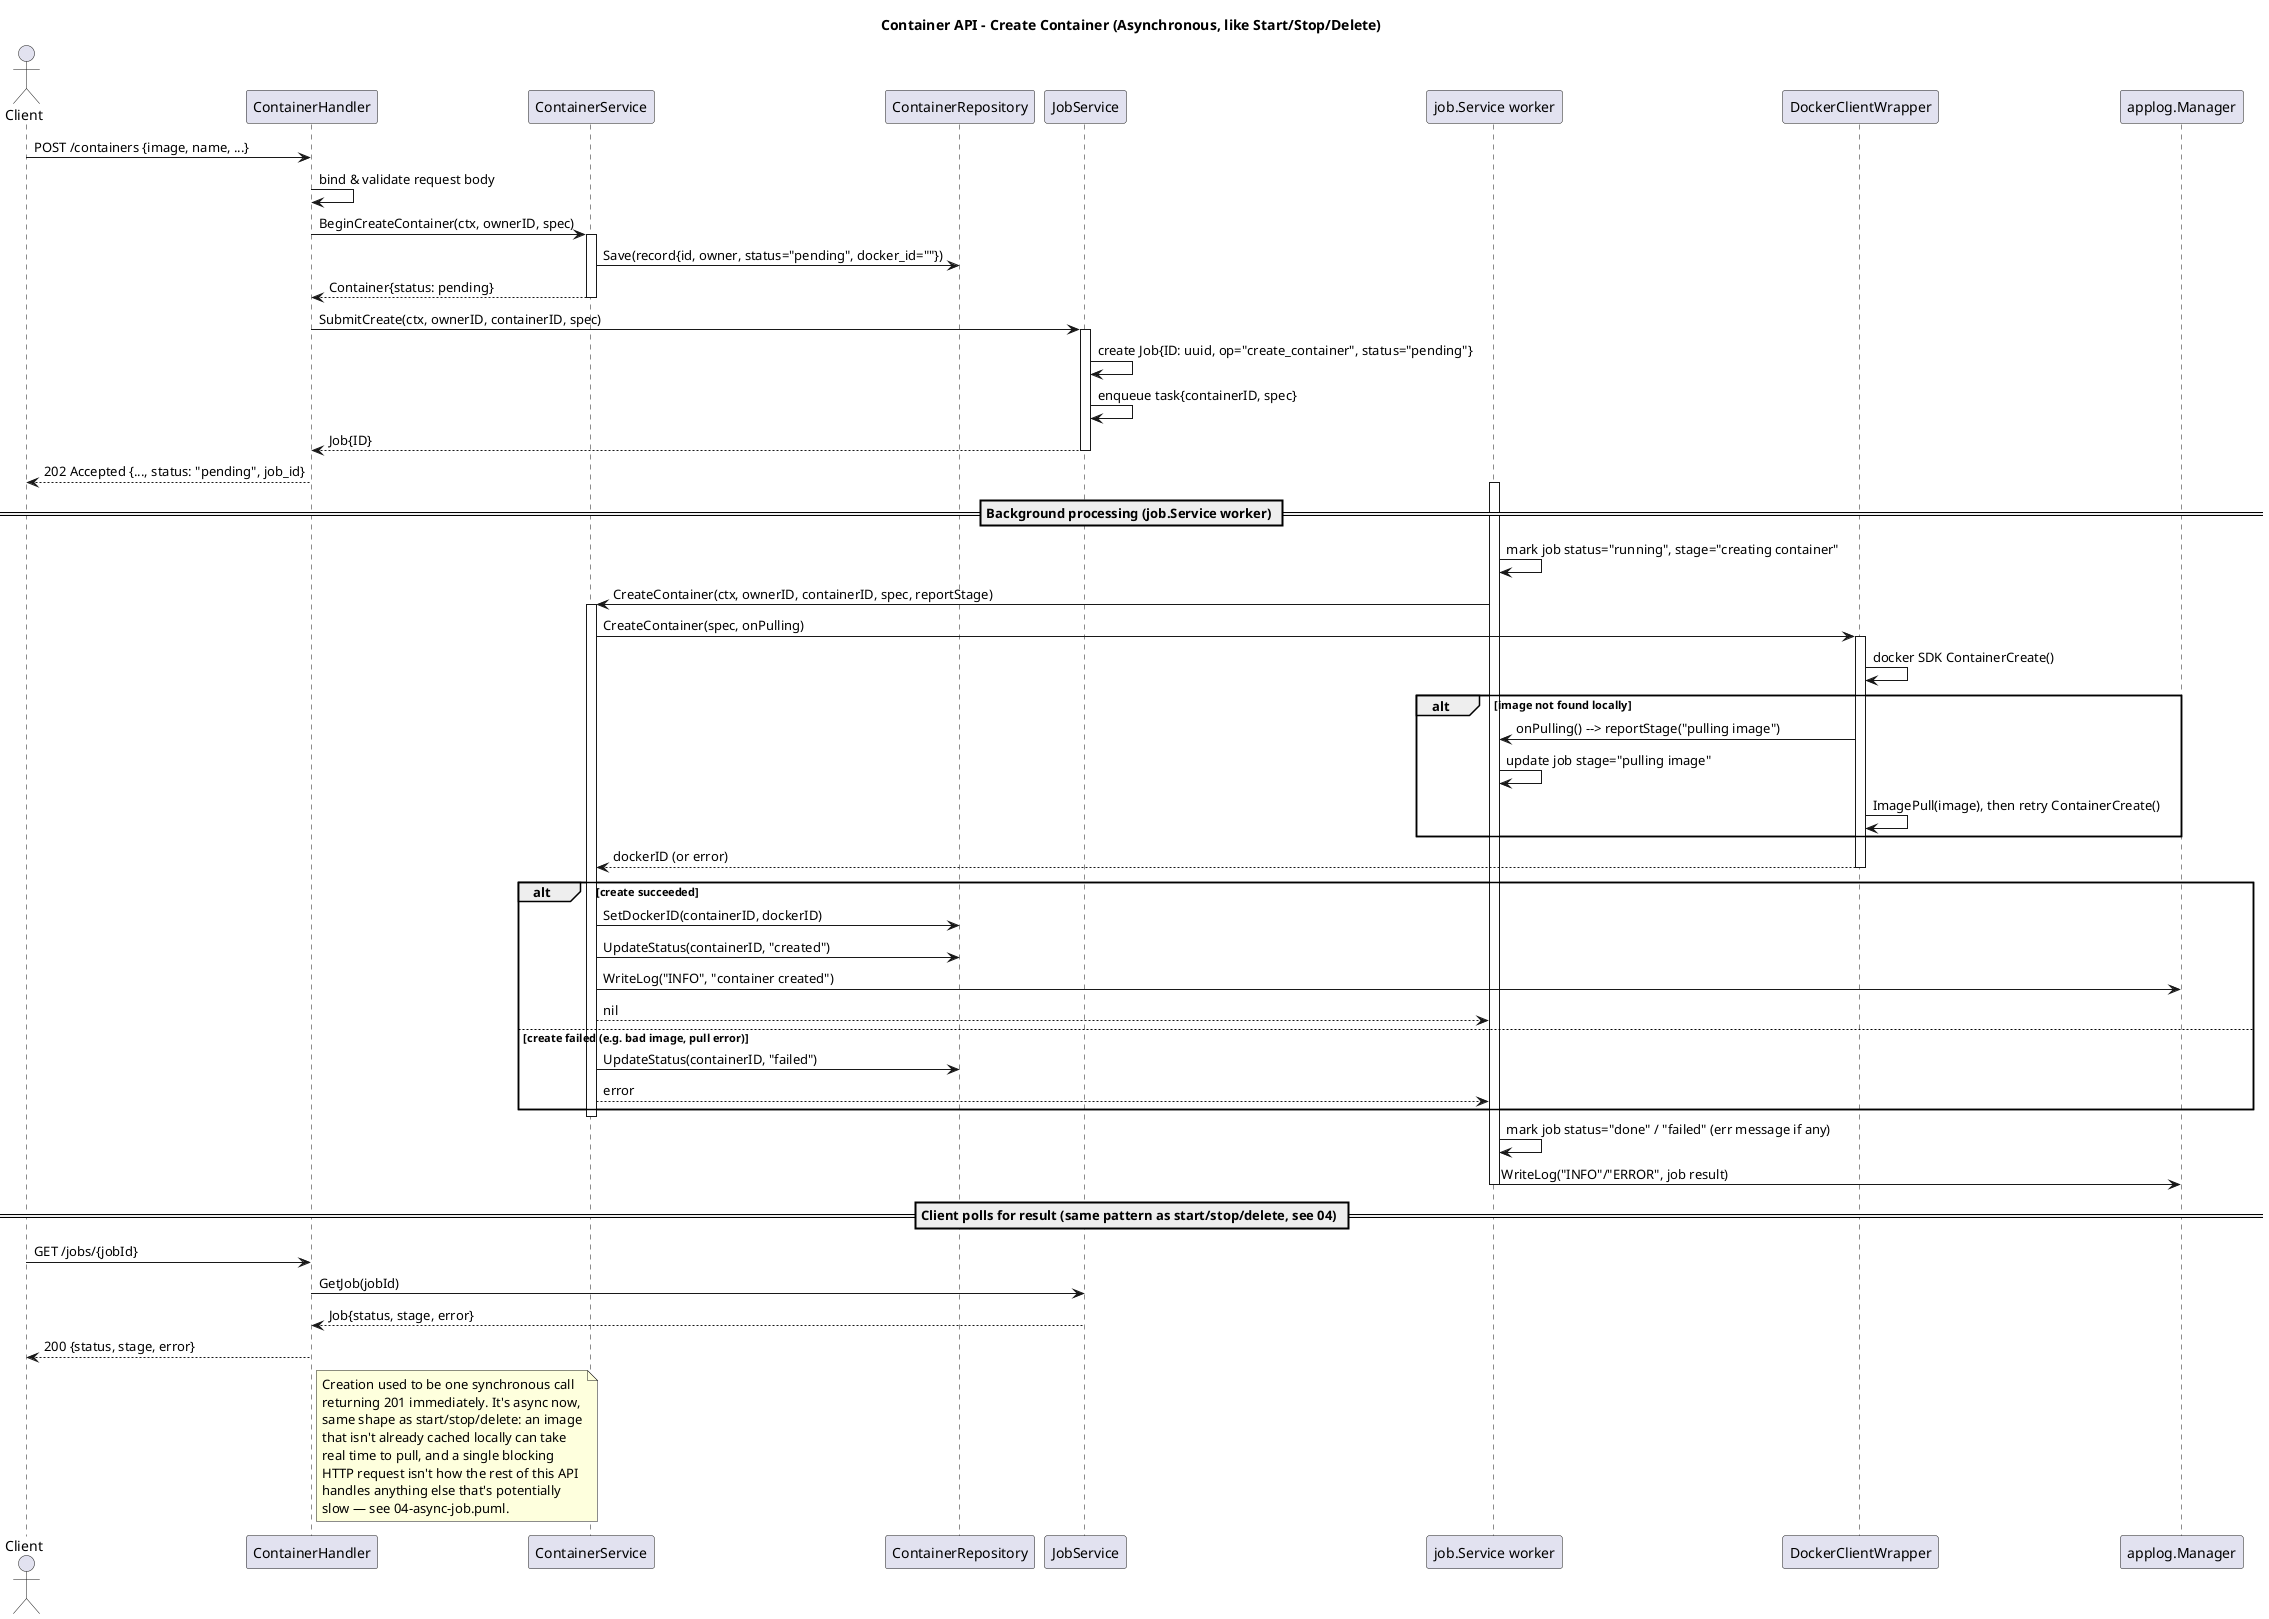
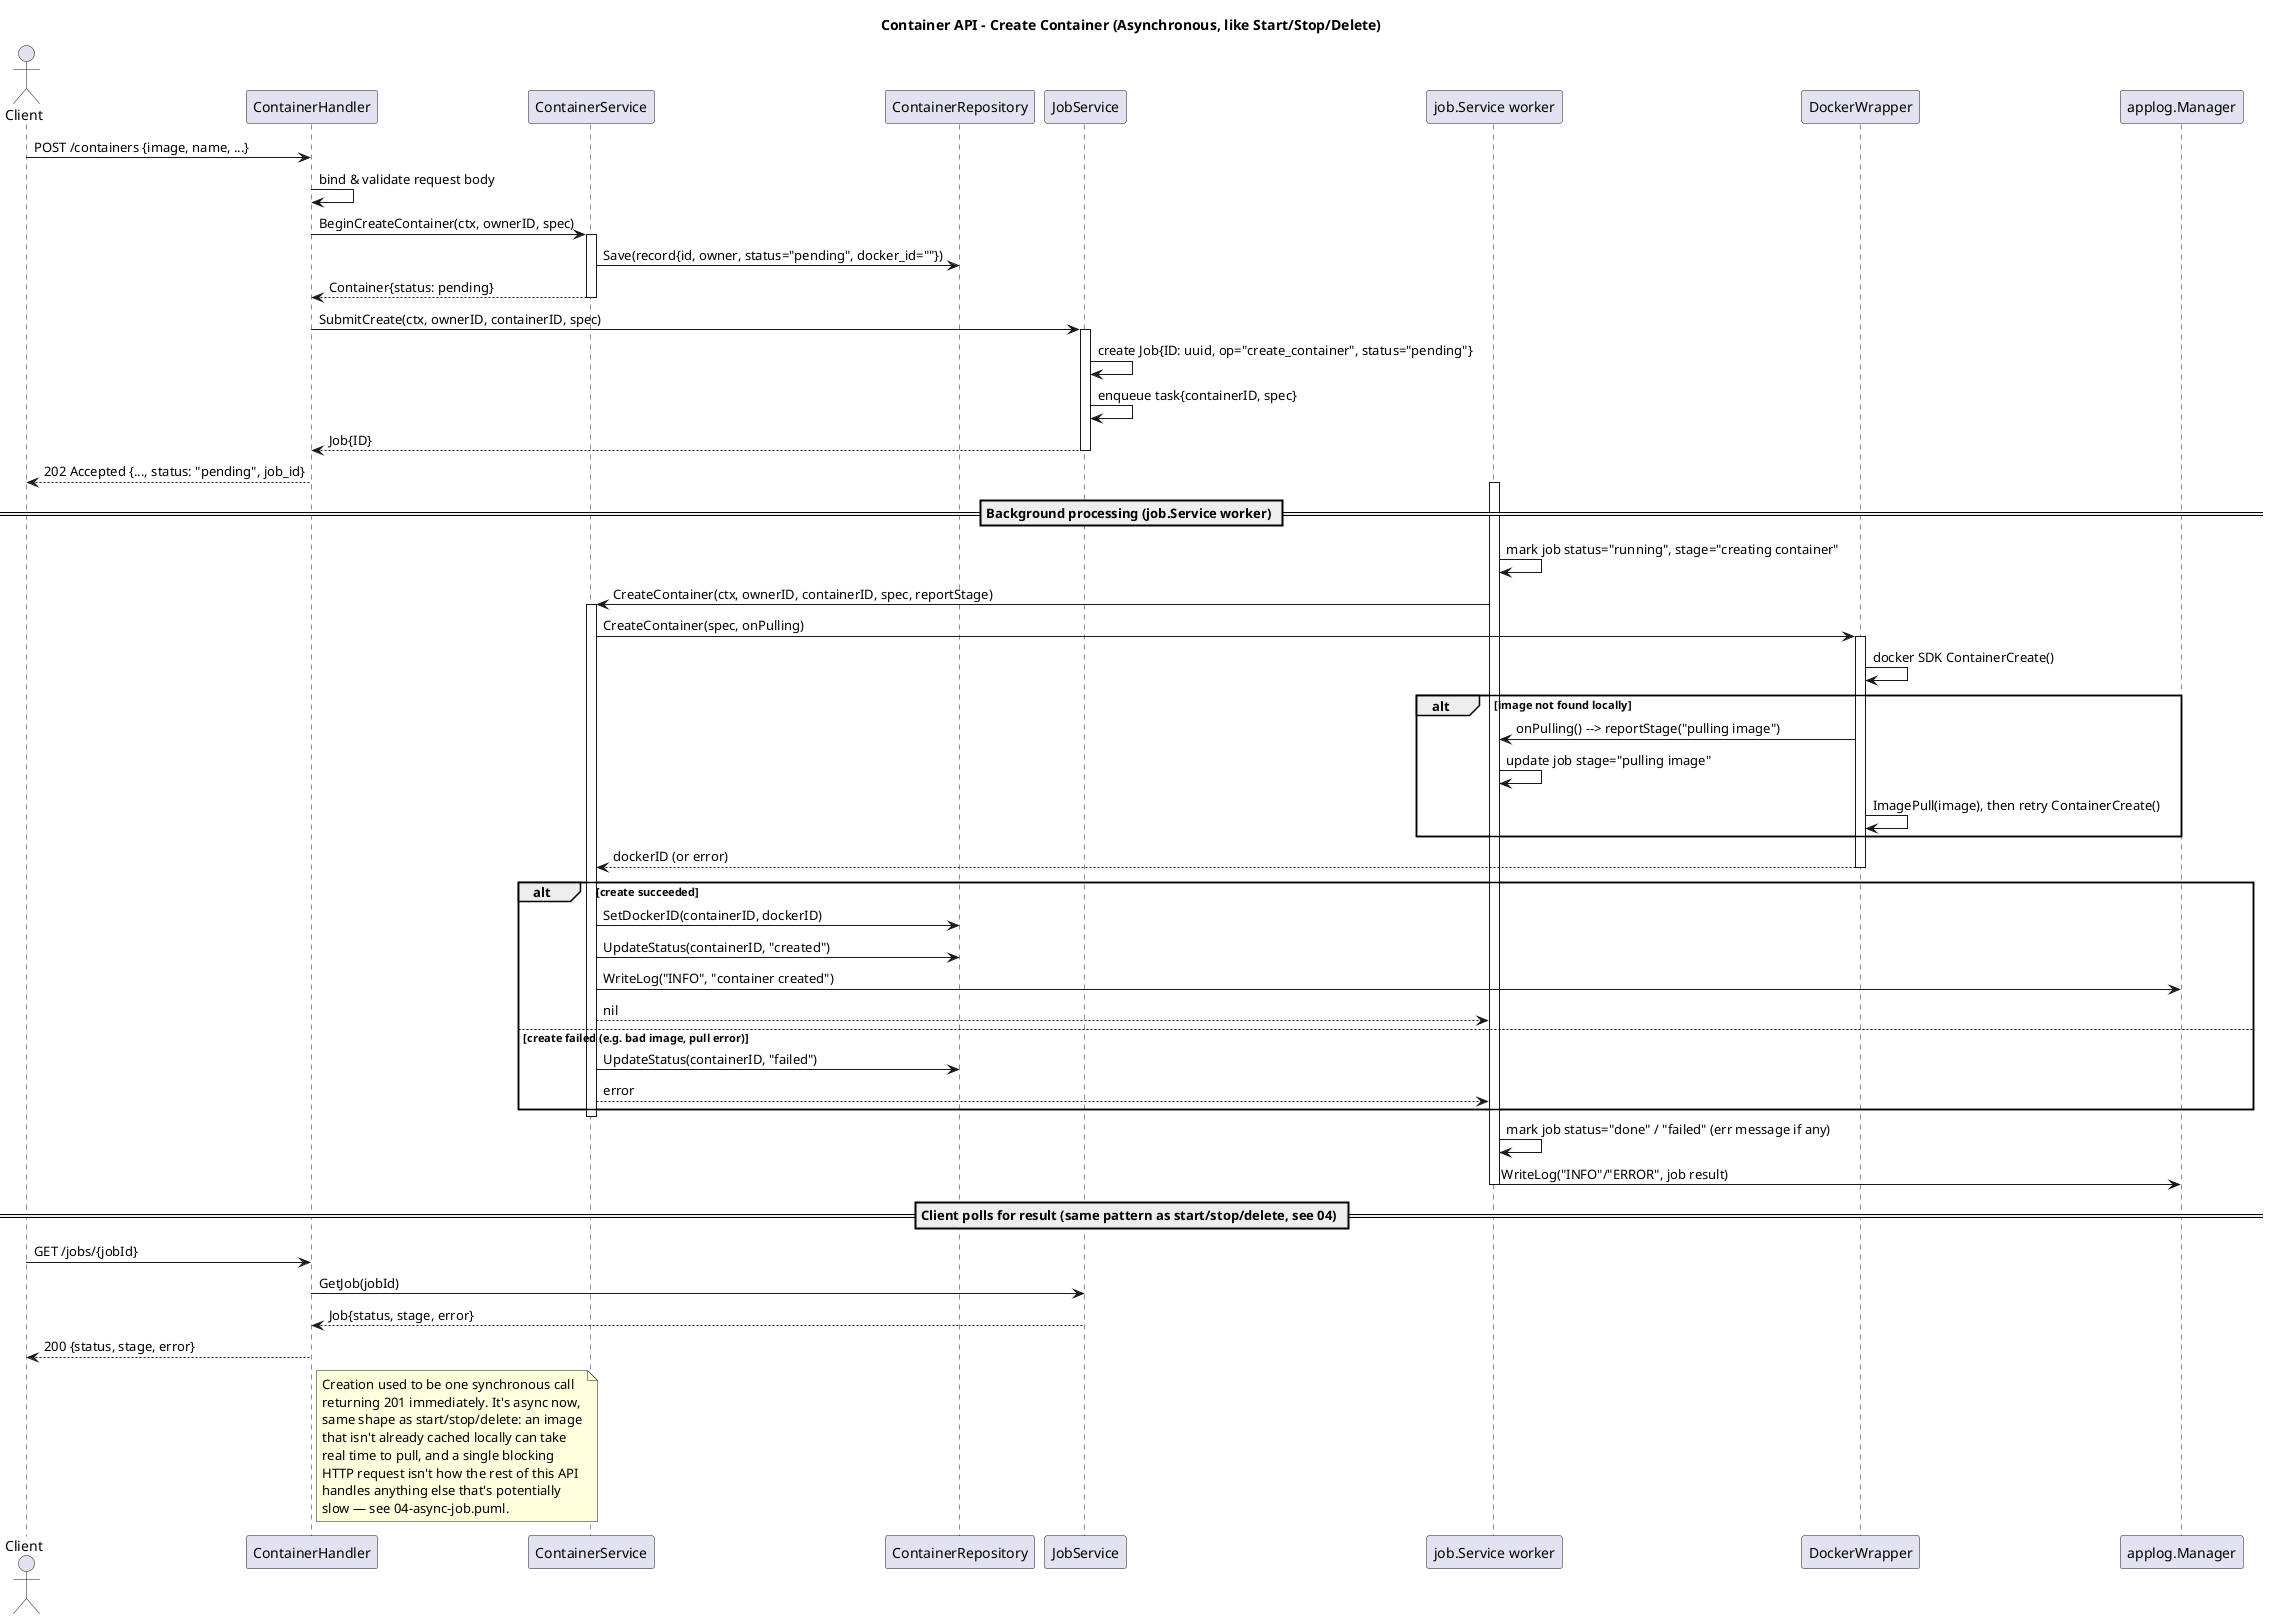
@startuml
title Container API - Create Container (Asynchronous, like Start/Stop/Delete)

actor Client
participant ContainerHandler
participant ContainerService
participant ContainerRepository
participant JobService
participant "job.Service worker" as Worker
- participant DockerClientWrapper
+ participant DockerWrapper
participant "applog.Manager" as LogManager

Client -> ContainerHandler: POST /containers {image, name, ...}
ContainerHandler -> ContainerHandler: bind & validate request body
ContainerHandler -> ContainerService: BeginCreateContainer(ctx, ownerID, spec)
activate ContainerService
ContainerService -> ContainerRepository: Save(record{id, owner, status="pending", docker_id=""})
ContainerService --> ContainerHandler: Container{status: pending}
deactivate ContainerService

ContainerHandler -> JobService: SubmitCreate(ctx, ownerID, containerID, spec)
activate JobService
JobService -> JobService: create Job{ID: uuid, op="create_container", status="pending"}
JobService -> JobService: enqueue task{containerID, spec}
JobService --> ContainerHandler: Job{ID}
deactivate JobService
ContainerHandler --> Client: 202 Accepted {..., status: "pending", job_id}

== Background processing (job.Service worker) ==
activate Worker
Worker -> Worker: mark job status="running", stage="creating container"
Worker -> ContainerService: CreateContainer(ctx, ownerID, containerID, spec, reportStage)
activate ContainerService
- ContainerService -> DockerClientWrapper: CreateContainer(spec, onPulling)
- activate DockerClientWrapper
- DockerClientWrapper -> DockerClientWrapper: docker SDK ContainerCreate()
+ ContainerService -> DockerWrapper: CreateContainer(spec, onPulling)
+ activate DockerWrapper
+ DockerWrapper -> DockerWrapper: docker SDK ContainerCreate()
alt image not found locally
-   DockerClientWrapper -> Worker: onPulling() --> reportStage("pulling image")
+   DockerWrapper -> Worker: onPulling() --> reportStage("pulling image")
  Worker -> Worker: update job stage="pulling image"
-   DockerClientWrapper -> DockerClientWrapper: ImagePull(image), then retry ContainerCreate()
+   DockerWrapper -> DockerWrapper: ImagePull(image), then retry ContainerCreate()
end
- DockerClientWrapper --> ContainerService: dockerID (or error)
- deactivate DockerClientWrapper
+ DockerWrapper --> ContainerService: dockerID (or error)
+ deactivate DockerWrapper

alt create succeeded
  ContainerService -> ContainerRepository: SetDockerID(containerID, dockerID)
  ContainerService -> ContainerRepository: UpdateStatus(containerID, "created")
  ContainerService -> LogManager: WriteLog("INFO", "container created")
  ContainerService --> Worker: nil
else create failed (e.g. bad image, pull error)
  ContainerService -> ContainerRepository: UpdateStatus(containerID, "failed")
  ContainerService --> Worker: error
end
deactivate ContainerService

Worker -> Worker: mark job status="done" / "failed" (err message if any)
Worker -> LogManager: WriteLog("INFO"/"ERROR", job result)
deactivate Worker

== Client polls for result (same pattern as start/stop/delete, see 04) ==
Client -> ContainerHandler: GET /jobs/{jobId}
ContainerHandler -> JobService: GetJob(jobId)
JobService --> ContainerHandler: Job{status, stage, error}
ContainerHandler --> Client: 200 {status, stage, error}

note right of ContainerHandler
  Creation used to be one synchronous call
  returning 201 immediately. It's async now,
  same shape as start/stop/delete: an image
  that isn't already cached locally can take
  real time to pull, and a single blocking
  HTTP request isn't how the rest of this API
  handles anything else that's potentially
  slow — see 04-async-job.puml.
end note

@enduml
